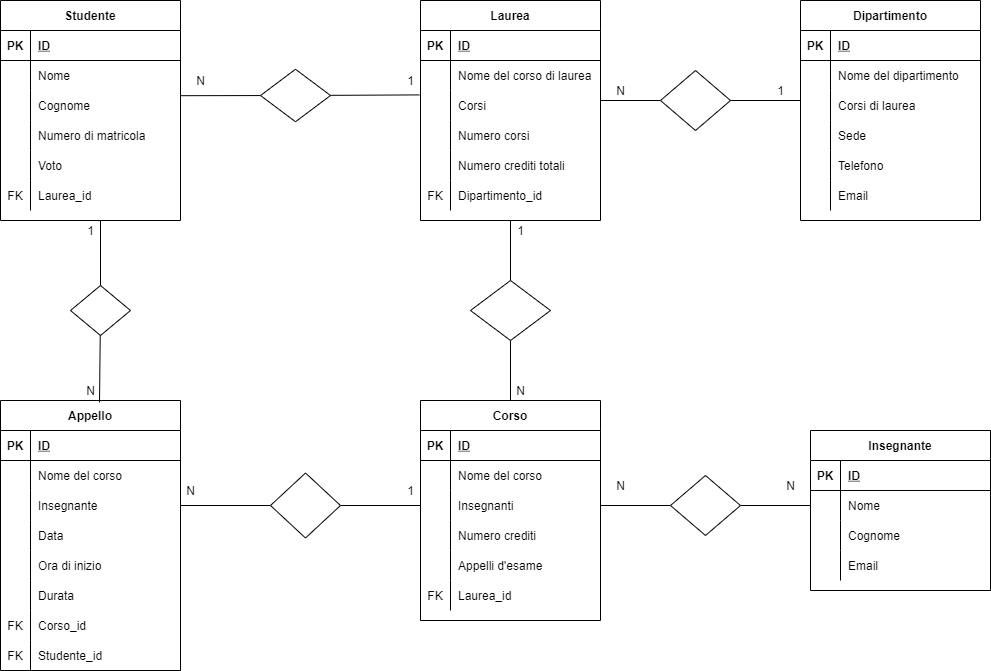
Earlier version of the draw.io export Università.png (FrancescaPompi/db-university). Source tidied: cells renumbered, new cells last; positions are measured from the earlier drawing's top-left corner, leaving out a move shared by most shapes.
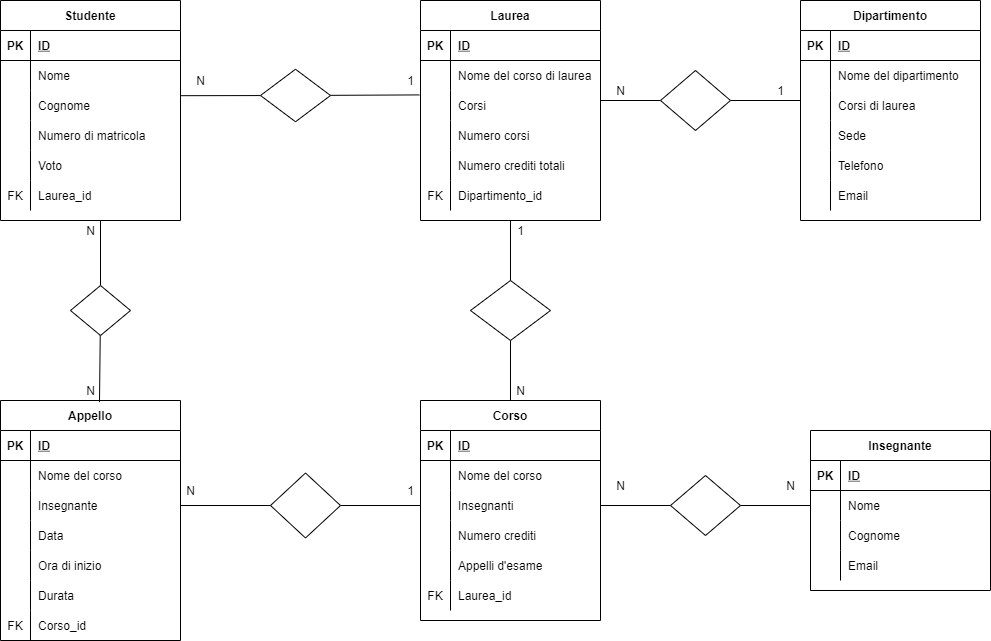
Later version of the same file.

What changed in the source:
```diff
@@ -266,7 +266,7 @@
       <mxGeometry x="780" y="475" width="20" height="20" as="geometry" />
     </mxCell>
     <mxCell id="87" value="Appello" style="shape=table;startSize=30;rowLines=0;fontStyle=1;align=center;" parent="1" vertex="1">
-      <mxGeometry y="400" width="180" height="270" as="geometry" />
+      <mxGeometry y="400" width="180" height="240" as="geometry" />
     </mxCell>
     <mxCell id="88" style="shape=partialRectangle;fillColor=none;top=0;left=0;bottom=1;right=0;" parent="87" vertex="1">
       <mxGeometry y="30" width="180" height="30" as="geometry" />
@@ -331,15 +331,6 @@
     <mxCell id="108" value="Corso_id" style="shape=partialRectangle;fillColor=none;top=0;left=0;bottom=0;right=0;align=left;spacingLeft=6;overflow=hidden;" parent="106" vertex="1">
       <mxGeometry x="30" width="150" height="30" as="geometry" />
     </mxCell>
-    <mxCell id="109" style="shape=partialRectangle;fillColor=none;top=0;left=0;bottom=0;right=0;" parent="87" vertex="1">
-      <mxGeometry y="240" width="180" height="30" as="geometry" />
-    </mxCell>
-    <mxCell id="110" value="FK" style="shape=partialRectangle;fillColor=none;top=0;left=0;bottom=0;right=0;overflow=hidden;" parent="109" vertex="1">
-      <mxGeometry width="30" height="30" as="geometry" />
-    </mxCell>
-    <mxCell id="111" value="Studente_id" style="shape=partialRectangle;fillColor=none;top=0;left=0;bottom=0;right=0;align=left;spacingLeft=6;overflow=hidden;" parent="109" vertex="1">
-      <mxGeometry x="30" width="150" height="30" as="geometry" />
-    </mxCell>
     <mxCell id="112" value="Studente" style="shape=table;startSize=30;rowLines=0;fontStyle=1;align=center;" parent="1" vertex="1">
       <mxGeometry width="180" height="220" as="geometry" />
     </mxCell>
@@ -440,7 +431,7 @@
     <mxCell id="143" style="shape=rhombus;perimeter=rhombusPerimeter;whiteSpace=wrap;html=1;align=center;" parent="1" vertex="1">
       <mxGeometry x="70" y="285" width="60" height="50" as="geometry" />
     </mxCell>
-    <mxCell id="144" value="1" style="text;html=1;align=center;verticalAlign=middle;strokeColor=none;fillColor=none;" parent="1" vertex="1">
+    <mxCell id="144" value="N" style="text;html=1;align=center;verticalAlign=middle;strokeColor=none;fillColor=none;" parent="1" vertex="1">
       <mxGeometry x="80" y="220" width="20" height="20" as="geometry" />
     </mxCell>
     <mxCell id="145" value="N" style="text;html=1;align=center;verticalAlign=middle;strokeColor=none;fillColor=none;" parent="1" vertex="1">
```
